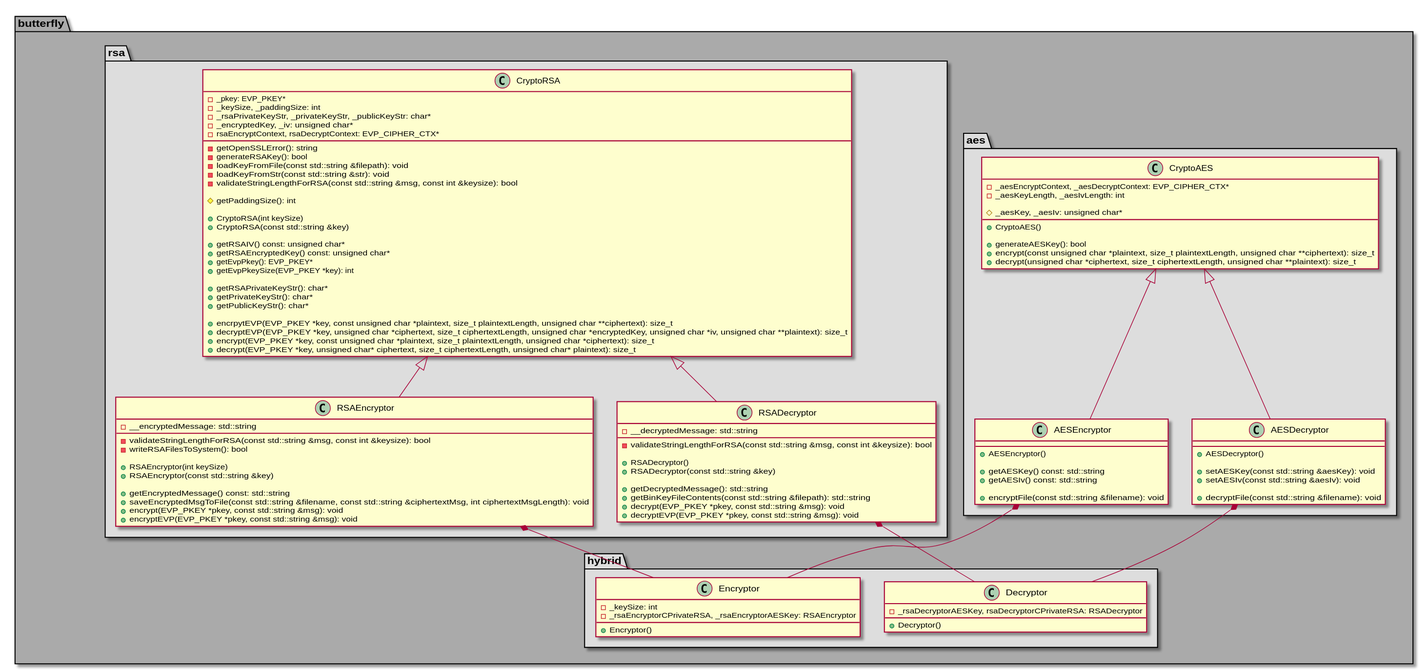
Earlier version of the PlantUML export architecture/class_diagrams/crypto/hybrid.svg (bierschi/butterfly).
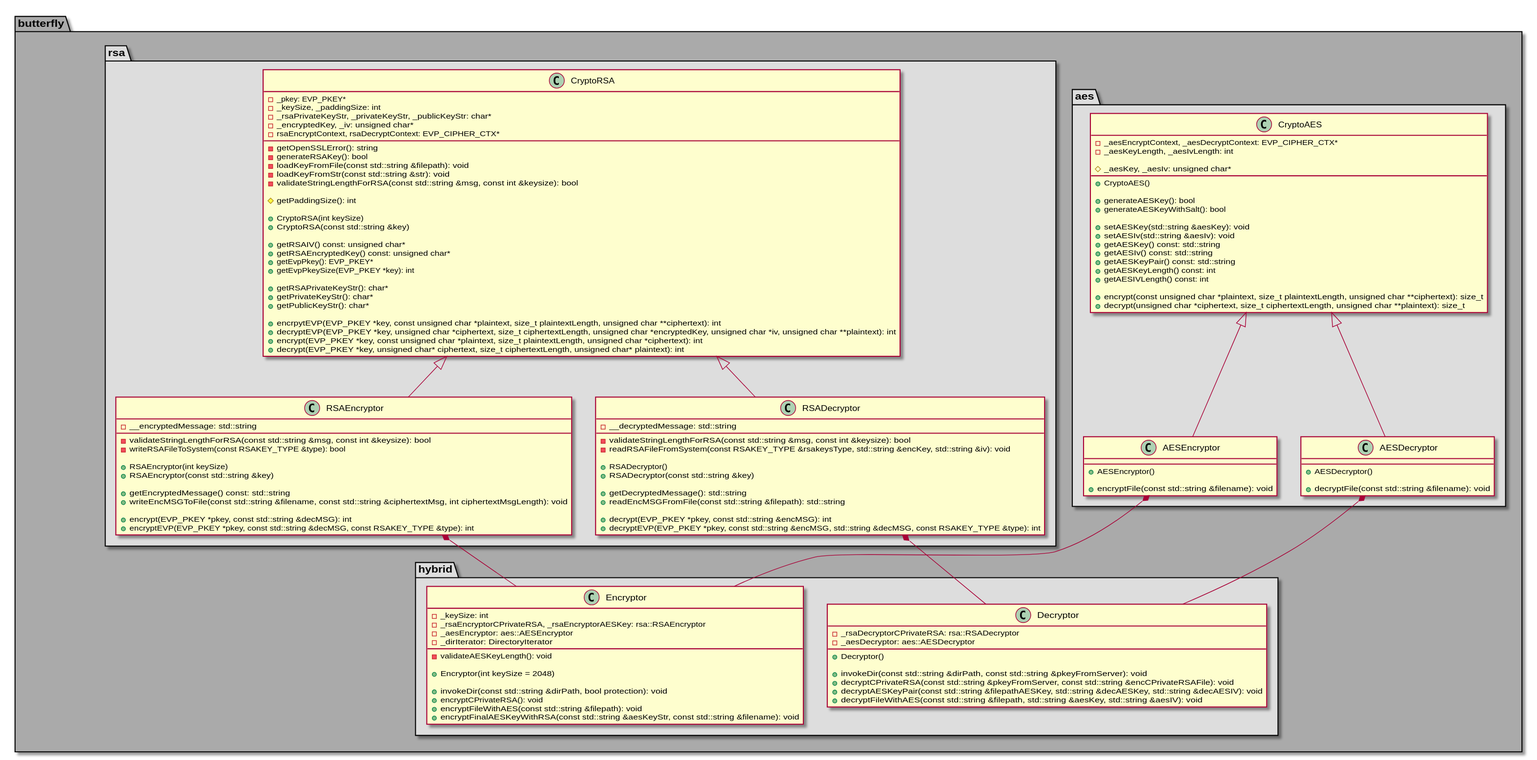
Above is the later version.

The edit, as a diff of the source:
```diff
@@ -5,7 +5,8 @@
 
 package aes #DDDDDD
 {
-    class CryptoAES {
+    class CryptoAES
+    {
         -_aesEncryptContext, _aesDecryptContext: EVP_CIPHER_CTX*
         -_aesKeyLength, _aesIvLength: int
 
@@ -14,26 +15,32 @@
         +CryptoAES()
 
         +generateAESKey(): bool
+        +generateAESKeyWithSalt(): bool
+
+        +setAESKey(std::string &aesKey): void
+        +setAESIv(std::string &aesIv): void
+        +getAESKey() const: std::string
+        +getAESIv() const: std::string
+        +getAESKeyPair() const: std::string
+        +getAESKeyLength() const: int
+        +getAESIVLength() const: int
+
         +encrypt(const unsigned char *plaintext, size_t plaintextLength, unsigned char **ciphertext): size_t
         +decrypt(unsigned char *ciphertext, size_t ciphertextLength, unsigned char **plaintext): size_t
     }
 
-    class AESEncryptor {
 
+    class AESEncryptor
+    {
         +AESEncryptor()
 
-        +getAESKey() const: std::string
-        +getAESIv() const: std::string
+        +encryptFile(const std::string &filename): void
 
-        +encryptFile(const std::string &filename): void
     }
 
-    class AESDecryptor {
-
+    class AESDecryptor
+    {
         +AESDecryptor()
-
-        +setAESKey(const std::string &aesKey): void
-        +setAESIv(const std::string &aesIv): void
 
         +decryptFile(const std::string &filename): void
     }
@@ -42,7 +49,8 @@
 
 package rsa #DDDDDD
 {
-    class CryptoRSA {
+    class CryptoRSA
+    {
         -_pkey: EVP_PKEY*
         -_keySize, _paddingSize: int
         -_rsaPrivateKeyStr, _privateKeyStr, _publicKeyStr: char*
@@ -69,54 +77,75 @@
         +getPrivateKeyStr(): char*
         +getPublicKeyStr(): char*
 
-        +encrpytEVP(EVP_PKEY *key, const unsigned char *plaintext, size_t plaintextLength, unsigned char **ciphertext): size_t
-        +decryptEVP(EVP_PKEY *key, unsigned char *ciphertext, size_t ciphertextLength, unsigned char *encryptedKey, unsigned char *iv, unsigned char **plaintext): size_t
-        +encrypt(EVP_PKEY *key, const unsigned char *plaintext, size_t plaintextLength, unsigned char *ciphertext): size_t
-        +decrypt(EVP_PKEY *key, unsigned char* ciphertext, size_t ciphertextLength, unsigned char* plaintext): size_t
+        +encrpytEVP(EVP_PKEY *key, const unsigned char *plaintext, size_t plaintextLength, unsigned char **ciphertext): int
+        +decryptEVP(EVP_PKEY *key, unsigned char *ciphertext, size_t ciphertextLength, unsigned char *encryptedKey, unsigned char *iv, unsigned char **plaintext): int
+        +encrypt(EVP_PKEY *key, const unsigned char *plaintext, size_t plaintextLength, unsigned char *ciphertext): int
+        +decrypt(EVP_PKEY *key, unsigned char* ciphertext, size_t ciphertextLength, unsigned char* plaintext): int
     }
-    class RSAEncryptor {
 
+    class RSAEncryptor
+    {
         -__encryptedMessage: std::string
 
         -validateStringLengthForRSA(const std::string &msg, const int &keysize): bool
-        -writeRSAFilesToSystem(): bool
+        -writeRSAFileToSystem(const RSAKEY_TYPE &type): bool
 
         +RSAEncryptor(int keySize)
         +RSAEncryptor(const std::string &key)
 
         +getEncryptedMessage() const: std::string
-        +saveEncryptedMsgToFile(const std::string &filename, const std::string &ciphertextMsg, int ciphertextMsgLength): void
-        +encrypt(EVP_PKEY *pkey, const std::string &msg): void
-        +encryptEVP(EVP_PKEY *pkey, const std::string &msg): void
+        +writeEncMSGToFile(const std::string &filename, const std::string &ciphertextMsg, int ciphertextMsgLength): void
+
+        +encrypt(EVP_PKEY *pkey, const std::string &decMSG): int
+        +encryptEVP(EVP_PKEY *pkey, const std::string &decMSG, const RSAKEY_TYPE &type): int
     }
-    class RSADecryptor {
 
+    class RSADecryptor
+    {
         -__decryptedMessage: std::string
         -validateStringLengthForRSA(const std::string &msg, const int &keysize): bool
+        -readRSAFileFromSystem(const RSAKEY_TYPE &rsakeysType, std::string &encKey, std::string &iv): void
 
         +RSADecryptor()
         +RSADecryptor(const std::string &key)
 
         +getDecryptedMessage(): std::string
-        +getBinKeyFileContents(const std::string &filepath): std::string
-        +decrypt(EVP_PKEY *pkey, const std::string &msg): void
-        +decryptEVP(EVP_PKEY *pkey, const std::string &msg): void
+        +readEncMSGFromFile(const std::string &filepath): std::string
+
+        +decrypt(EVP_PKEY *pkey, const std::string &encMSG): int
+        +decryptEVP(EVP_PKEY *pkey, const std::string &encMSG, std::string &decMSG, const RSAKEY_TYPE &type): int
     }
+
 }
 
 package hybrid #DDDDDD
 {
     class Encryptor {
         - _keySize: int
-        - _rsaEncryptorCPrivateRSA, _rsaEncryptorAESKey: RSAEncryptor
+        - _rsaEncryptorCPrivateRSA, _rsaEncryptorAESKey: rsa::RSAEncryptor
+        -_aesEncryptor: aes::AESEncryptor
+        -_dirIterator: DirectoryIterator
 
-        +Encryptor()
+        - validateAESKeyLength(): void
 
+        +Encryptor(int keySize = 2048)
+
+        +invokeDir(const std::string &dirPath, bool protection): void
+        +encryptCPrivateRSA(): void
+        +encryptFileWithAES(const std::string &filepath): void
+        +encryptFinalAESKeyWithRSA(const std::string &aesKeyStr, const std::string &filename): void
     }
+
     class Decryptor {
-        -_rsaDecryptorAESKey, rsaDecryptorCPrivateRSA: RSADecryptor
+        -_rsaDecryptorCPrivateRSA: rsa::RSADecryptor
+        -_aesDecryptor: aes::AESDecryptor
 
         +Decryptor()
+
+        +invokeDir(const std::string &dirPath, const std::string &pkeyFromServer): void
+        +decryptCPrivateRSA(const std::string &pkeyFromServer, const std::string &encCPrivateRSAFile): void
+        +decryptAESKeyPair(const std::string &filepathAESKey, std::string &decAESKey,  std::string &decAESIV): void
+        +decryptFileWithAES(const std::string &filepath, std::string &aesKey, std::string &aesIV): void
     }
 }
 
```
